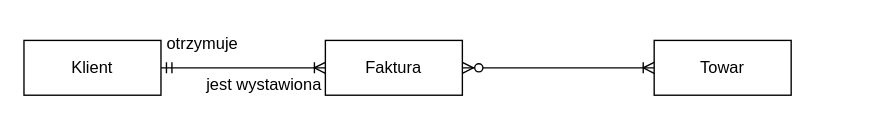
Before: Diagram bez tytułu.drawio in tidas022/pl13ti3c, a draw.io diagram. Source tidied: cells renumbered, new cells numbered last; positions are measured from the earlier drawing's top-left corner, leaving out a move shared by most shapes. Both pictures are drawn from the tidied source at 137%, with x=0, y=0 at pixel (23, 23).
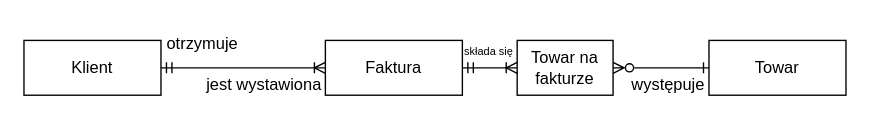
The same page after the edit.

Commit message:
wariant drugi

What changed in the source:
```diff
@@
 <mxGraphModel>
   <root>
     <mxCell id="0" />
     <mxCell id="1" parent="0" />
     <mxCell id="2" value="Klient" style="whiteSpace=wrap;html=1;align=center;" parent="1" vertex="1">
       <mxGeometry y="12" width="100" height="40" as="geometry" />
     </mxCell>
     <mxCell id="3" value="Faktura" style="whiteSpace=wrap;html=1;align=center;" parent="1" vertex="1">
       <mxGeometry x="220" y="12" width="100" height="40" as="geometry" />
     </mxCell>
     <mxCell id="4" style="edgeStyle=entityRelationEdgeStyle;fontSize=12;html=1;endArrow=ERoneToMany;startArrow=ERmandOne;rounded=0;exitX=1;exitY=0.5;exitDx=0;exitDy=0;entryX=0;entryY=0.5;entryDx=0;entryDy=0;" parent="1" edge="1" source="2" target="3">
       <mxGeometry relative="1" as="geometry" />
     </mxCell>
     <mxCell id="5" value="otrzymuje" style="text;html=1;align=center;verticalAlign=middle;strokeColor=none;fillColor=none;" parent="1" vertex="1">
       <mxGeometry x="90" width="80" height="30" as="geometry" />
     </mxCell>
     <mxCell id="6" value="jest wystawiona" style="text;html=1;align=center;verticalAlign=middle;strokeColor=none;fillColor=none;" parent="1" vertex="1">
       <mxGeometry x="120" y="30" width="110" height="30" as="geometry" />
     </mxCell>
     <mxCell id="7" value="Towar" style="whiteSpace=wrap;html=1;align=center;" parent="1" vertex="1">
-      <mxGeometry x="460" y="12" width="100" height="40" as="geometry" />
+      <mxGeometry x="500" y="12" width="100" height="40" as="geometry" />
     </mxCell>
-    <mxCell id="8" style="edgeStyle=entityRelationEdgeStyle;fontSize=12;html=1;endArrow=ERoneToMany;startArrow=ERzeroToMany;rounded=0;exitX=1;exitY=0.5;exitDx=0;exitDy=0;entryX=0;entryY=0.5;entryDx=0;entryDy=0;" parent="1" edge="1" source="3" target="7">
-      <mxGeometry relative="1" as="geometry">
-        <Array as="points">
-          <mxPoint x="300" y="255" />
-        </Array>
-      </mxGeometry>
-    </mxCell>
+    <mxCell id="9" value="Towar na fakturze" style="whiteSpace=wrap;html=1;align=center;" parent="1" vertex="1">
+      <mxGeometry x="360" y="12" width="70" height="40" as="geometry" />
+    </mxCell>
+    <mxCell id="10" style="edgeStyle=entityRelationEdgeStyle;fontSize=12;html=1;endArrow=ERoneToMany;startArrow=ERmandOne;rounded=0;exitX=1;exitY=0.5;exitDx=0;exitDy=0;entryX=0;entryY=0.5;entryDx=0;entryDy=0;" parent="1" edge="1" source="3" target="9">
+      <mxGeometry relative="1" as="geometry" />
+    </mxCell>
+    <mxCell id="11" value="składa się" style="text;html=1;align=center;verticalAlign=middle;strokeColor=none;fillColor=none;fontSize=8;" parent="1" vertex="1">
+      <mxGeometry x="309" y="10" width="60" height="20" as="geometry" />
+    </mxCell>
+    <mxCell id="12" style="edgeStyle=entityRelationEdgeStyle;fontSize=12;html=1;endArrow=ERzeroToMany;startArrow=ERone;rounded=0;exitX=0;exitY=0.5;exitDx=0;exitDy=0;entryX=1;entryY=0.5;entryDx=0;entryDy=0;startFill=0;endFill=0;" parent="1" edge="1" source="7" target="9">
+      <mxGeometry relative="1" as="geometry">
+        <Array as="points">
+          <mxPoint x="470" y="32" />
+        </Array>
+      </mxGeometry>
+    </mxCell>
+    <mxCell id="13" value="występuje" style="text;html=1;align=center;verticalAlign=middle;strokeColor=none;fillColor=none;" parent="1" vertex="1">
+      <mxGeometry x="430" y="30" width="80" height="30" as="geometry" />
+    </mxCell>
   </root>
 </mxGraphModel>
```
